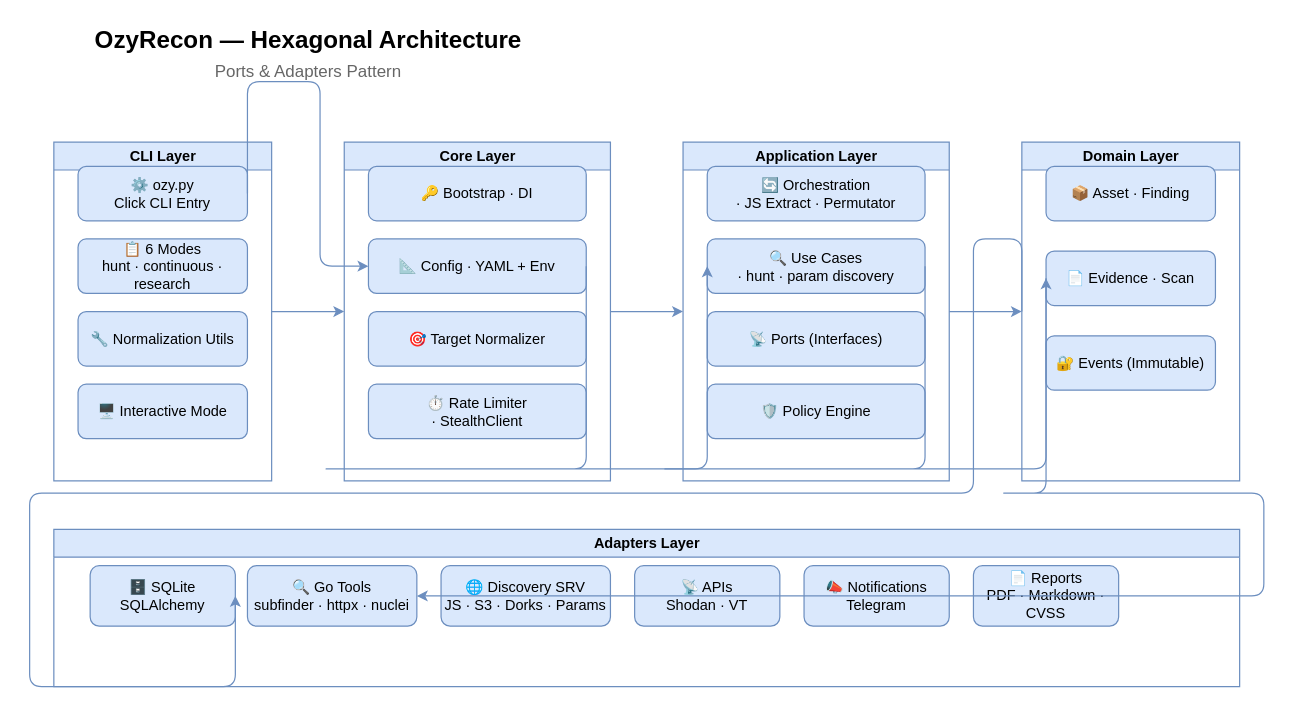
The draw.io diagram docs/diagrams/architecture.drawio in Haiagari/shinkiro, before the edit. Source tidied: cells renumbered, new cells numbered last; positions are measured from the earlier drawing's top-left corner, leaving out a move shared by most shapes. Both pictures are drawn from the tidied source at 121%, with x=0, y=0 at pixel (29, 21).
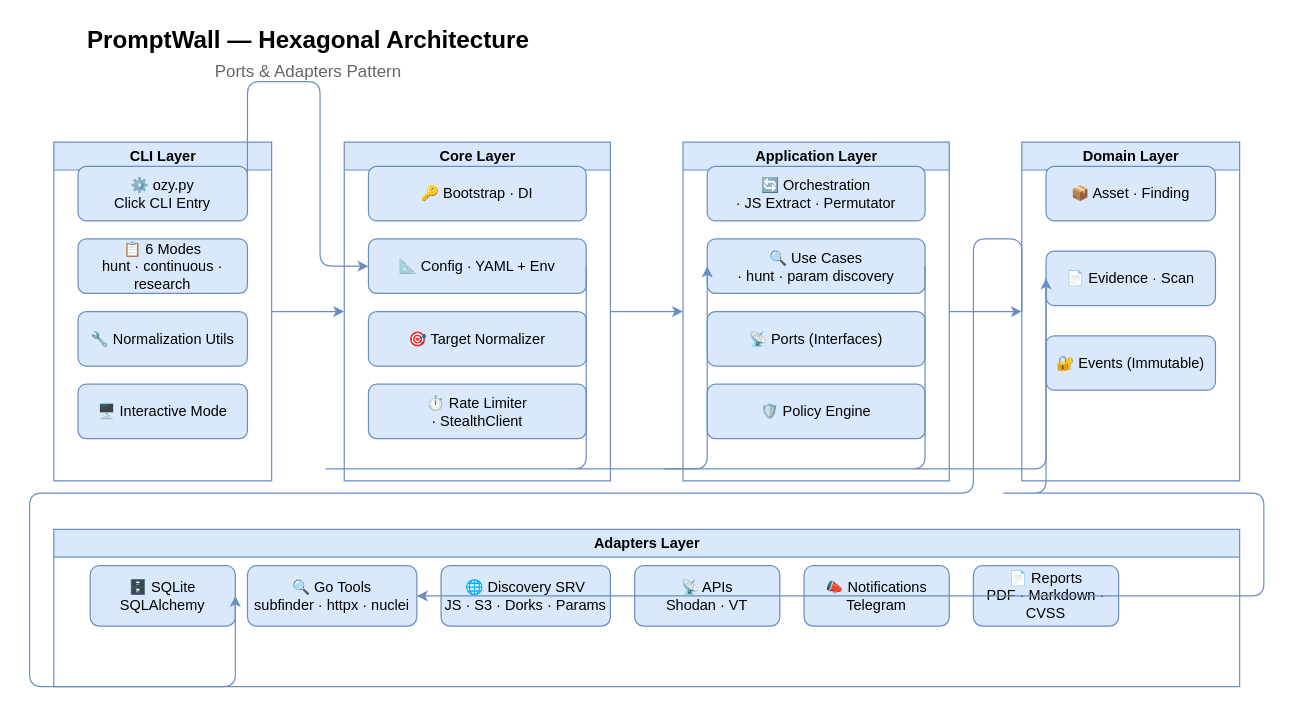
The same page after the edit.

The edit, as a diff of the source:
```diff
@@
-    <mxCell id="36" value="OzyRecon — Hexagonal Architecture" style="text;html=1;align=center;verticalAlign=middle;strokeColor=none;fillColor=none;fontSize=20;fontStyle=1;" parent="1" vertex="1">
+    <mxCell id="36" value="PromptWall — Hexagonal Architecture" style="text;html=1;align=center;verticalAlign=middle;strokeColor=none;fillColor=none;fontSize=20;fontStyle=1;" parent="1" vertex="1">
       <mxGeometry x="30" width="400" height="30" as="geometry" />
     </mxCell>
```
